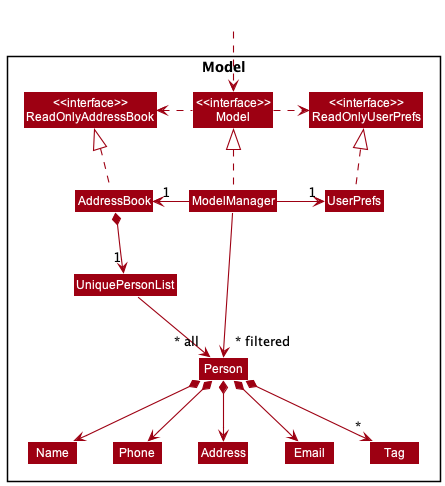
nus-cs2103-AY2223S2/tp keeps this PlantUML diagram as docs/images/ModelClassDiagram.png. Above is the earlier version.
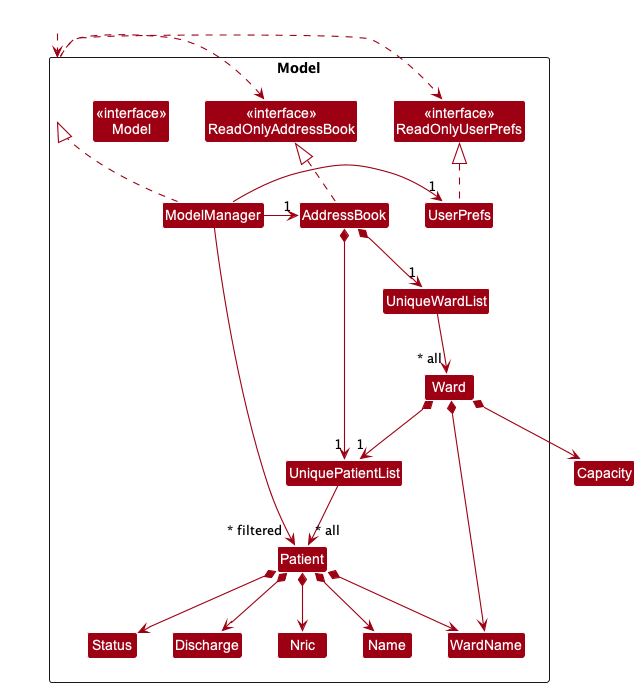
After the commit.

The edit, as a diff of the source:
```diff
@@ -12,13 +12,15 @@
 Class ModelManager
 Class UserPrefs
 
-Class UniquePersonList
-Class Person
-Class Address
-Class Email
+Class UniquePatientList
+Class Patient
+Class UniqueWardList
+Class Ward
+Class WardName
+Class Nric
 Class Name
-Class Phone
-Class Tag
+Class Status
+Class Discharge
 
 }
 
@@ -34,17 +36,19 @@
 ModelManager -right-> "1" UserPrefs
 UserPrefs .up.|> ReadOnlyUserPrefs
 
-AddressBook *--> "1" UniquePersonList
-UniquePersonList --> "~* all" Person
-Person *--> Name
-Person *--> Phone
-Person *--> Email
-Person *--> Address
-Person *--> "*" Tag
+AddressBook *--> "1" UniquePatientList
+AddressBook *--> "1" UniqueWardList
+UniquePatientList --> "~* all" Patient
+UniqueWardList --> "~* all" Ward
+Patient *--> Name
+Patient *--> Nric
+Patient *--> Status
+Patient *--> WardName
+Patient *--> Discharge
+Ward *--> Capacity
+Ward *--> WardName
+Ward *--> "1" UniquePatientList
 
-Name -[hidden]right-> Phone
-Phone -[hidden]right-> Address
-Address -[hidden]right-> Email
 
-ModelManager -->"~* filtered" Person
+ModelManager -->"~* filtered" Patient
 @enduml
```
